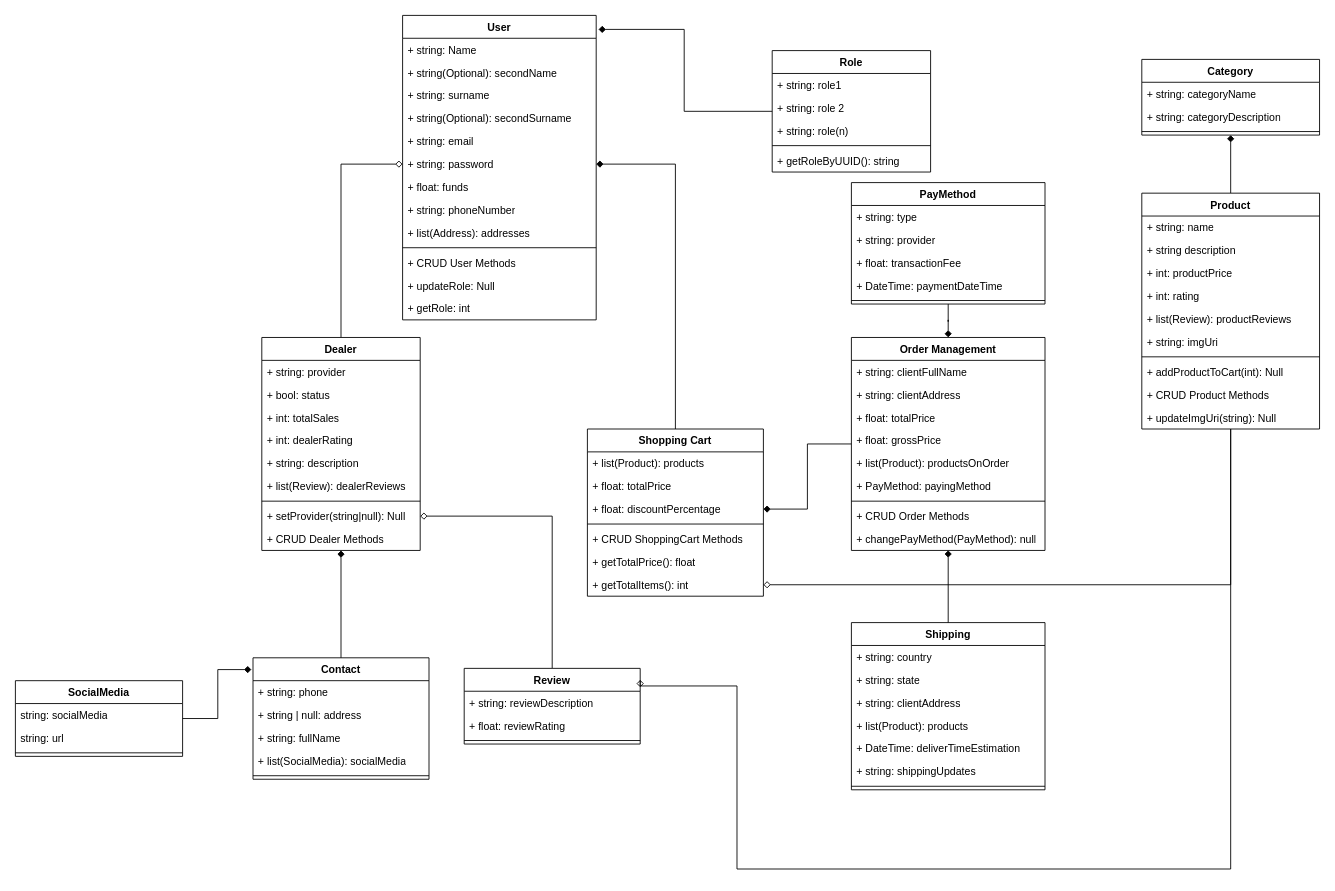
This is E-commerce Platform/Docs/Class_Diagram.drawio from SebastA-Dev/Feature-Projects, a draw.io file, before an edit. Source tidied: cells renumbered, new cells numbered last; positions are measured from the earlier drawing's top-left corner, leaving out a move shared by most shapes. Both pictures are drawn from the tidied source at 88%, with x=0, y=0 at pixel (15, 15).
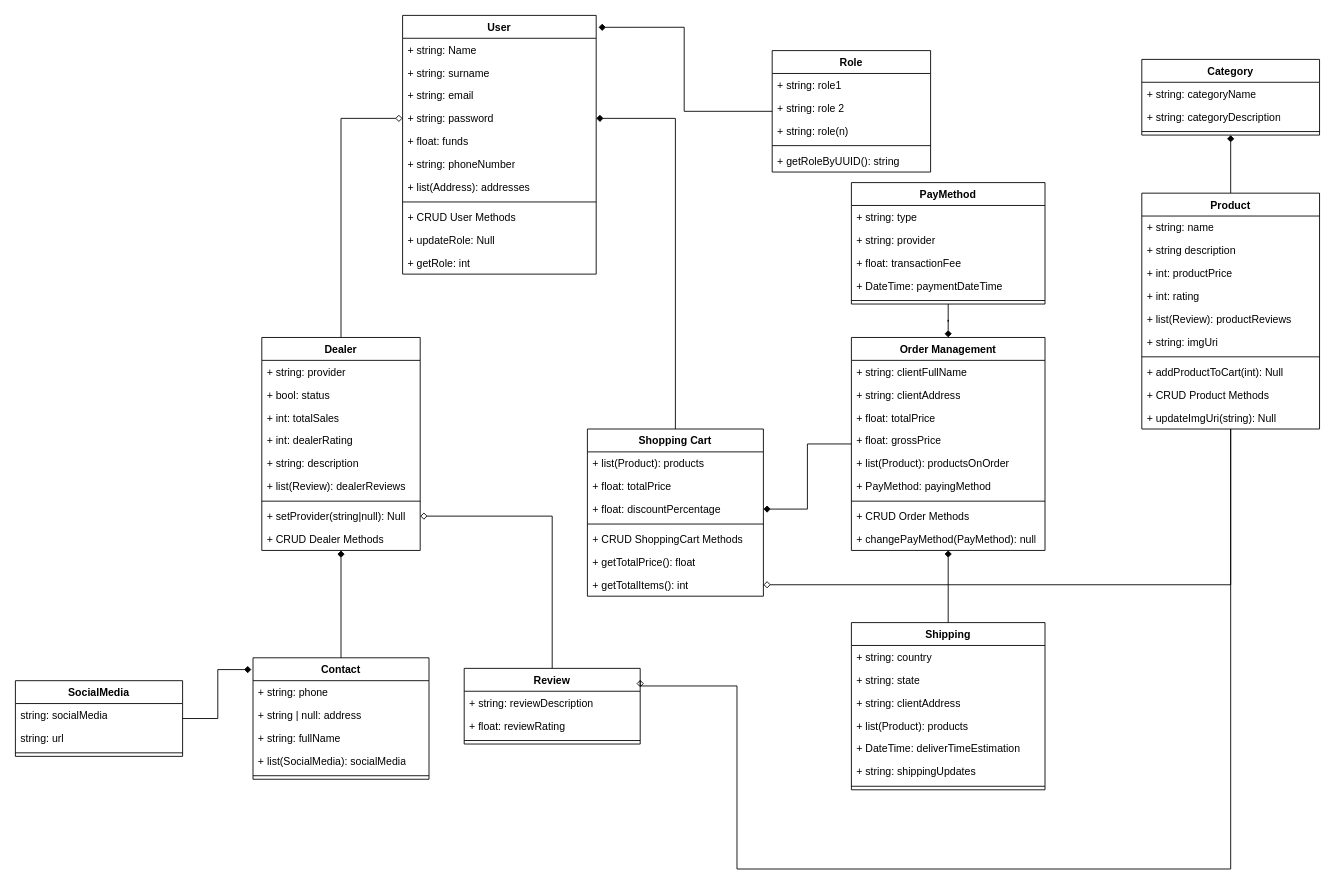
The same page after the edit.

The edit, as a diff of the source:
```diff
@@
     <mxCell id="2" value="User" style="swimlane;fontStyle=1;align=center;verticalAlign=top;horizontal=1;startSize=26;whiteSpace=wrap;html=1;" parent="1" vertex="1">
-      <mxGeometry x="440" width="220" height="346" as="geometry" />
+      <mxGeometry x="440" width="220" height="294" as="geometry" />
     </mxCell>
@@
-    <mxCell id="4" value="+ string(Optional): secondName" style="text;strokeColor=none;fillColor=none;align=left;verticalAlign=top;spacingLeft=4;spacingRight=4;overflow=hidden;whiteSpace=wrap;html=1;" parent="2" vertex="1">
-      <mxGeometry y="52" width="220" height="26" as="geometry" />
-    </mxCell>
     <mxCell id="5" value="+ string: surname" style="text;strokeColor=none;fillColor=none;align=left;verticalAlign=top;spacingLeft=4;spacingRight=4;overflow=hidden;whiteSpace=wrap;html=1;" parent="2" vertex="1">
-      <mxGeometry y="78" width="220" height="26" as="geometry" />
+      <mxGeometry y="52" width="220" height="26" as="geometry" />
     </mxCell>
-    <mxCell id="6" value="+ string(Optional): secondSurname" style="text;strokeColor=none;fillColor=none;align=left;verticalAlign=top;spacingLeft=4;spacingRight=4;overflow=hidden;whiteSpace=wrap;html=1;" parent="2" vertex="1">
-      <mxGeometry y="104" width="220" height="26" as="geometry" />
-    </mxCell>
     <mxCell id="7" value="+ string: email" style="text;strokeColor=none;fillColor=none;align=left;verticalAlign=top;spacingLeft=4;spacingRight=4;overflow=hidden;whiteSpace=wrap;html=1;" parent="2" vertex="1">
-      <mxGeometry y="130" width="220" height="26" as="geometry" />
+      <mxGeometry y="78" width="220" height="26" as="geometry" />
     </mxCell>
     <mxCell id="8" value="+ string: password" style="text;strokeColor=none;fillColor=none;align=left;verticalAlign=top;spacingLeft=4;spacingRight=4;overflow=hidden;points=[[0,0.5],[1,0.5]];portConstraint=eastwest;whiteSpace=wrap;html=1;" parent="2" vertex="1">
-      <mxGeometry y="156" width="220" height="26" as="geometry" />
+      <mxGeometry y="104" width="220" height="26" as="geometry" />
     </mxCell>
     <mxCell id="9" value="+ float: funds" style="text;strokeColor=none;fillColor=none;align=left;verticalAlign=top;spacingLeft=4;spacingRight=4;overflow=hidden;whiteSpace=wrap;html=1;" parent="2" vertex="1">
-      <mxGeometry y="182" width="220" height="26" as="geometry" />
+      <mxGeometry y="130" width="220" height="26" as="geometry" />
     </mxCell>
     <mxCell id="10" value="+ string: phoneNumber" style="text;strokeColor=none;fillColor=none;align=left;verticalAlign=top;spacingLeft=4;spacingRight=4;overflow=hidden;whiteSpace=wrap;html=1;" parent="2" vertex="1">
-      <mxGeometry y="208" width="220" height="26" as="geometry" />
+      <mxGeometry y="156" width="220" height="26" as="geometry" />
     </mxCell>
     <mxCell id="11" value="+ list(Address): addresses" style="text;strokeColor=none;fillColor=none;align=left;verticalAlign=top;spacingLeft=4;spacingRight=4;overflow=hidden;whiteSpace=wrap;html=1;" parent="2" vertex="1">
-      <mxGeometry y="234" width="220" height="26" as="geometry" />
+      <mxGeometry y="182" width="220" height="26" as="geometry" />
     </mxCell>
     <mxCell id="12" style="line;strokeWidth=1;fillColor=none;align=left;verticalAlign=middle;spacingTop=-1;spacingLeft=3;spacingRight=3;labelPosition=right;strokeColor=inherit;" parent="2" vertex="1">
-      <mxGeometry y="260" width="220" height="8" as="geometry" />
+      <mxGeometry y="208" width="220" height="8" as="geometry" />
     </mxCell>
     <mxCell id="13" value="&lt;div&gt;+ CRUD User Methods&lt;/div&gt;" style="text;strokeColor=none;fillColor=none;align=left;verticalAlign=top;spacingLeft=4;spacingRight=4;overflow=hidden;whiteSpace=wrap;html=1;" parent="2" vertex="1">
-      <mxGeometry y="268" width="220" height="26" as="geometry" />
+      <mxGeometry y="216" width="220" height="26" as="geometry" />
     </mxCell>
     <mxCell id="14" value="+ updateRole: Null" style="text;strokeColor=none;fillColor=none;align=left;verticalAlign=top;spacingLeft=4;spacingRight=4;overflow=hidden;whiteSpace=wrap;html=1;" parent="2" vertex="1">
-      <mxGeometry y="294" width="220" height="26" as="geometry" />
+      <mxGeometry y="242" width="220" height="26" as="geometry" />
     </mxCell>
     <mxCell id="15" value="+ getRole: int" style="text;strokeColor=none;fillColor=none;align=left;verticalAlign=top;spacingLeft=4;spacingRight=4;overflow=hidden;whiteSpace=wrap;html=1;" parent="2" vertex="1">
-      <mxGeometry y="320" width="220" height="26" as="geometry" />
+      <mxGeometry y="268" width="220" height="26" as="geometry" />
     </mxCell>
```
